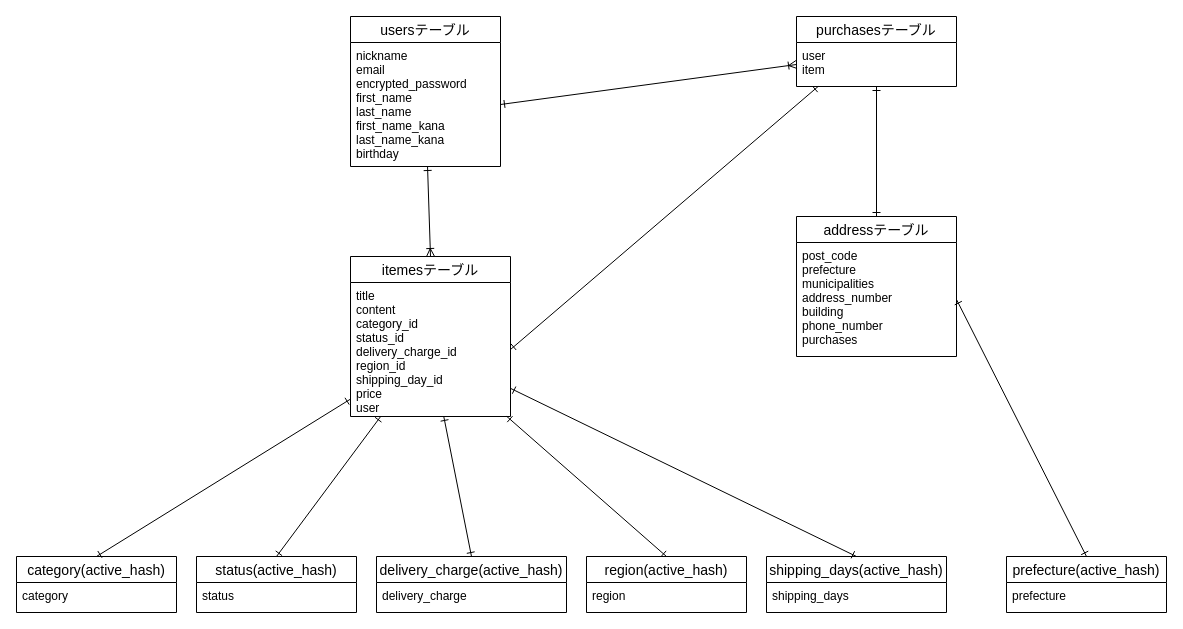
The draw.io diagram furima.dio in kumahiro0517/furima-37655, before the edit. Source tidied: cells renumbered, new cells numbered last; positions are measured from the earlier drawing's top-left corner, leaving out a move shared by most shapes. Both pictures are drawn from the tidied source at 100%, with x=0, y=0 at pixel (16, 16).
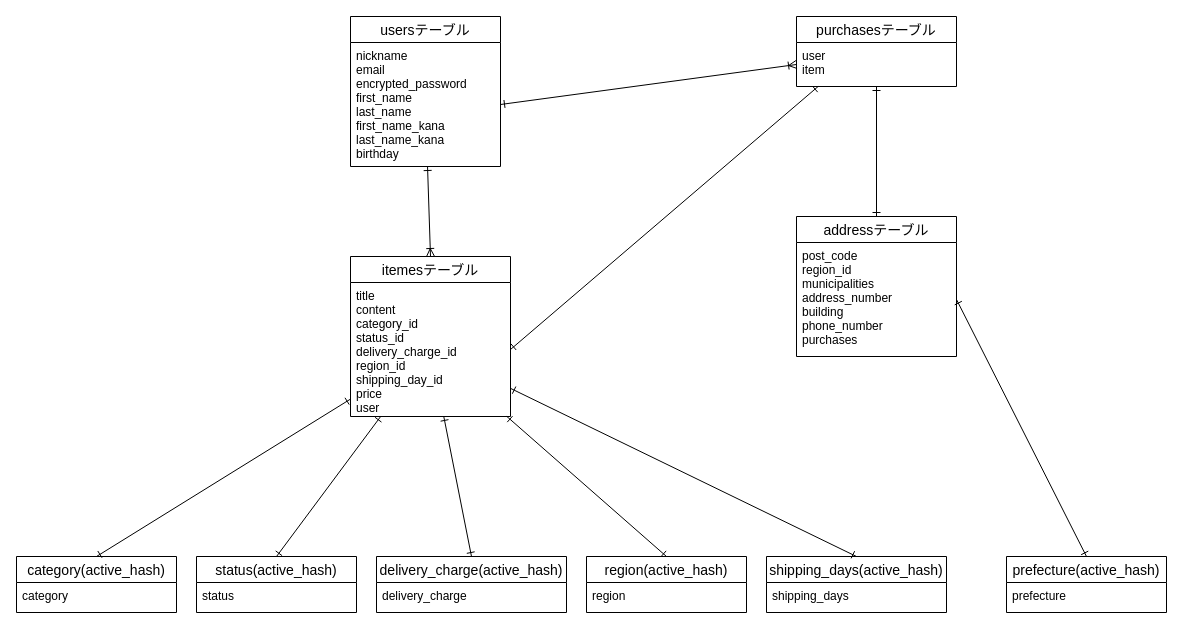
The same diagram, later.

Commit message (it also covers changes not shown here):
データベース設計

Unchanged cells that the change refers to:
```xml
<mxCell id="8" value="addressテーブル" style="swimlane;fontStyle=0;horizontal=1;startSize=26;align=center;fontSize=14;" parent="1" vertex="1">
  <mxGeometry x="780" y="200" width="160" height="140" as="geometry" />
</mxCell>
```

The edit, as a diff of the source:
```diff
@@
-    <mxCell id="9" value="post_code&#10;prefecture&#10;municipalities&#10;address_number&#10;building&#10;phone_number&#10;purchases&#10;" style="text;strokeColor=none;fillColor=none;spacingLeft=4;spacingRight=4;overflow=hidden;points=[[0,0.5],[1,0.5]];portConstraint=eastwest;fontSize=12;" parent="8" vertex="1">
+    <mxCell id="9" value="post_code&#10;region_id&#10;municipalities&#10;address_number&#10;building&#10;phone_number&#10;purchases&#10;" style="text;strokeColor=none;fillColor=none;spacingLeft=4;spacingRight=4;overflow=hidden;points=[[0,0.5],[1,0.5]];portConstraint=eastwest;fontSize=12;" parent="8" vertex="1">
       <mxGeometry y="26" width="160" height="114" as="geometry" />
     </mxCell>
```
